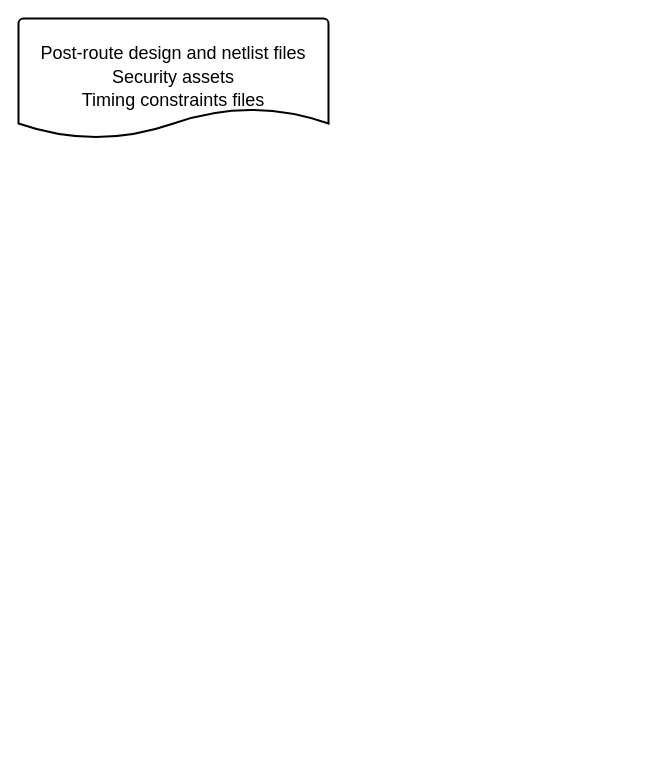
The draw.io diagram Flow-Chart.drawio in nthu-archutim/figures, before the edit. Source tidied: cells renumbered, new cells numbered last; positions are measured from the earlier drawing's top-left corner, leaving out a move shared by most shapes. Both pictures are drawn from the tidied source at 100%, with x=0, y=0 at pixel (18, 18).
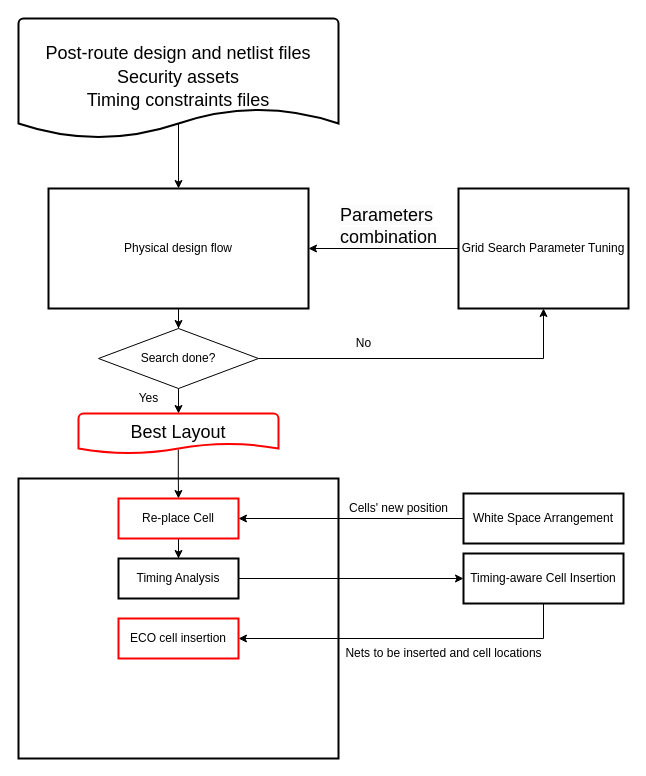
The same page after the edit.

What changed in the source:
```diff
@@
+    <mxCell id="3" style="edgeStyle=orthogonalEdgeStyle;rounded=0;jettySize=auto;html=1;exitX=0.5;exitY=0.875;exitDx=0;exitDy=0;exitPerimeter=0;" parent="1" edge="1" source="2" target="5">
+      <mxGeometry relative="1" as="geometry" />
+    </mxCell>
     <mxCell id="2" value="&lt;p style=&quot;line-height: 180%;&quot;&gt;&lt;font style=&quot;font-size: 18px;&quot;&gt;Post-route design and netlist files&lt;br&gt;Security assets&lt;br&gt;Timing constraints files&lt;/font&gt;&lt;/p&gt;" style="strokeWidth=2;html=1;shape=mxgraph.flowchart.document2;whiteSpace=wrap;size=0.25;" parent="1" vertex="1">
-      <mxGeometry width="310" height="120" as="geometry" />
+      <mxGeometry width="320" height="120" as="geometry" />
     </mxCell>
+    <mxCell id="4" style="edgeStyle=orthogonalEdgeStyle;rounded=0;jettySize=auto;html=1;" parent="1" edge="1" source="5" target="8">
+      <mxGeometry relative="1" as="geometry" />
+    </mxCell>
+    <mxCell id="5" value="Physical design flow" style="whiteSpace=wrap;html=1;strokeWidth=2;" parent="1" vertex="1">
+      <mxGeometry x="30" y="170" width="260" height="120" as="geometry" />
+    </mxCell>
+    <mxCell id="6" value="Grid Search Parameter Tuning" style="whiteSpace=wrap;html=1;strokeWidth=2;" parent="1" vertex="1">
+      <mxGeometry x="440" y="170" width="170" height="120" as="geometry" />
+    </mxCell>
+    <mxCell id="7" style="edgeStyle=orthogonalEdgeStyle;rounded=0;jettySize=auto;html=1;" parent="1" edge="1" source="8" target="14">
+      <mxGeometry relative="1" as="geometry" />
+    </mxCell>
+    <mxCell id="8" value="Search done?" style="rhombus;whiteSpace=wrap;html=1;" parent="1" vertex="1">
+      <mxGeometry x="80" y="310" width="160" height="60" as="geometry" />
+    </mxCell>
+    <mxCell id="9" style="endArrow=classic;html=1;rounded=0;exitX=1;exitY=0.5;exitDx=0;exitDy=0;entryX=0.5;entryY=1;entryDx=0;entryDy=0;" parent="1" edge="1" source="8" target="6">
+      <mxGeometry relative="1" as="geometry">
+        <Array as="points">
+          <mxPoint x="525" y="340" />
+        </Array>
+      </mxGeometry>
+    </mxCell>
+    <mxCell id="10" style="whiteSpace=wrap;html=1;strokeWidth=2;" parent="1" vertex="1">
+      <mxGeometry y="460" width="320" height="280" as="geometry" />
+    </mxCell>
+    <mxCell id="11" value="No" style="text;html=1;align=center;verticalAlign=middle;strokeColor=none;fillColor=none;" parent="1" vertex="1">
+      <mxGeometry x="325" y="310" width="40" height="30" as="geometry" />
+    </mxCell>
+    <mxCell id="12" value="Yes" style="text;html=1;align=center;verticalAlign=middle;strokeColor=none;fillColor=none;" parent="1" vertex="1">
+      <mxGeometry x="110" y="365" width="40" height="30" as="geometry" />
+    </mxCell>
+    <mxCell id="13" style="edgeStyle=orthogonalEdgeStyle;rounded=0;jettySize=auto;html=1;exitX=0.499;exitY=0.902;exitDx=0;exitDy=0;exitPerimeter=0;entryX=0.5;entryY=0;entryDx=0;entryDy=0;" parent="1" edge="1" source="14" target="17">
+      <mxGeometry relative="1" as="geometry" />
+    </mxCell>
+    <mxCell id="14" value="&lt;p style=&quot;line-height: 180%;&quot;&gt;&lt;span style=&quot;font-size: 18px;&quot;&gt;Best Layout&lt;/span&gt;&lt;/p&gt;" style="strokeWidth=2;html=1;shape=mxgraph.flowchart.document2;whiteSpace=wrap;size=0.25;strokeColor=#FF0000;" parent="1" vertex="1">
+      <mxGeometry x="60" y="395" width="200" height="40" as="geometry" />
+    </mxCell>
+    <mxCell id="15" value="White Space Arrangement" style="whiteSpace=wrap;html=1;strokeWidth=2;" parent="1" vertex="1">
+      <mxGeometry x="445" y="475" width="160" height="50" as="geometry" />
+    </mxCell>
+    <mxCell id="16" style="edgeStyle=orthogonalEdgeStyle;rounded=0;jettySize=auto;html=1;" parent="1" edge="1" source="17" target="20">
+      <mxGeometry relative="1" as="geometry" />
+    </mxCell>
+    <mxCell id="17" value="Re-place Cell" style="whiteSpace=wrap;html=1;strokeWidth=2;strokeColor=#FF0000;" parent="1" vertex="1">
+      <mxGeometry x="100" y="480" width="120" height="40" as="geometry" />
+    </mxCell>
+    <mxCell id="18" style="endArrow=classic;html=1;rounded=0;exitX=0;exitY=0.5;exitDx=0;exitDy=0;entryX=1;entryY=0.5;entryDx=0;entryDy=0;" parent="1" edge="1" source="15" target="17">
+      <mxGeometry relative="1" as="geometry" />
+    </mxCell>
+    <mxCell id="19" style="edgeStyle=orthogonalEdgeStyle;rounded=0;jettySize=auto;html=1;" parent="1" edge="1" source="20" target="21">
+      <mxGeometry relative="1" as="geometry" />
+    </mxCell>
+    <mxCell id="20" value="Timing Analysis" style="whiteSpace=wrap;html=1;strokeColor=#000000;strokeWidth=2;" parent="1" vertex="1">
+      <mxGeometry x="100" y="540" width="120" height="40" as="geometry" />
+    </mxCell>
+    <mxCell id="21" value="Timing-aware Cell Insertion" style="whiteSpace=wrap;html=1;strokeColor=#000000;strokeWidth=2;" parent="1" vertex="1">
+      <mxGeometry x="445" y="535" width="160" height="50" as="geometry" />
+    </mxCell>
+    <mxCell id="22" value="&lt;span style=&quot;color: rgb(0, 0, 0); font-family: Helvetica; font-size: 18px; font-style: normal; font-variant-ligatures: normal; font-variant-caps: normal; font-weight: 400; letter-spacing: normal; orphans: 2; text-align: center; text-indent: 0px; text-transform: none; widows: 2; word-spacing: 0px; -webkit-text-stroke-width: 0px; background-color: rgb(251, 251, 251); text-decoration-thickness: initial; text-decoration-style: initial; text-decoration-color: initial; float: none; display: inline !important;&quot;&gt;Parameters &lt;br&gt;combination&lt;/span&gt;" style="text;whiteSpace=wrap;html=1;" parent="1" vertex="1">
+      <mxGeometry x="320" y="180" width="100" height="50" as="geometry" />
+    </mxCell>
+    <mxCell id="23" style="endArrow=classic;html=1;rounded=0;exitX=0;exitY=0.5;exitDx=0;exitDy=0;entryX=1;entryY=0.5;entryDx=0;entryDy=0;" parent="1" edge="1" source="6" target="5">
+      <mxGeometry relative="1" as="geometry" />
+    </mxCell>
+    <mxCell id="24" value="Cells' new position" style="text;html=1;align=center;verticalAlign=middle;strokeColor=none;fillColor=none;" parent="1" vertex="1">
+      <mxGeometry x="320" y="475" width="120" height="30" as="geometry" />
+    </mxCell>
+    <mxCell id="25" style="endArrow=classic;html=1;rounded=0;exitX=0.5;exitY=1;exitDx=0;exitDy=0;entryX=1;entryY=0.5;entryDx=0;entryDy=0;" parent="1" edge="1" source="21" target="26">
+      <mxGeometry relative="1" as="geometry">
+        <Array as="points">
+          <mxPoint x="525" y="620" />
+        </Array>
+      </mxGeometry>
+    </mxCell>
+    <mxCell id="26" value="ECO cell insertion" style="whiteSpace=wrap;html=1;strokeColor=#FF0000;strokeWidth=2;" parent="1" vertex="1">
+      <mxGeometry x="100" y="600" width="120" height="40" as="geometry" />
+    </mxCell>
+    <mxCell id="27" value="Nets to be inserted and cell locations" style="text;html=1;align=center;verticalAlign=middle;strokeColor=none;fillColor=none;" parent="1" vertex="1">
+      <mxGeometry x="315" y="620" width="220" height="30" as="geometry" />
+    </mxCell>
```
